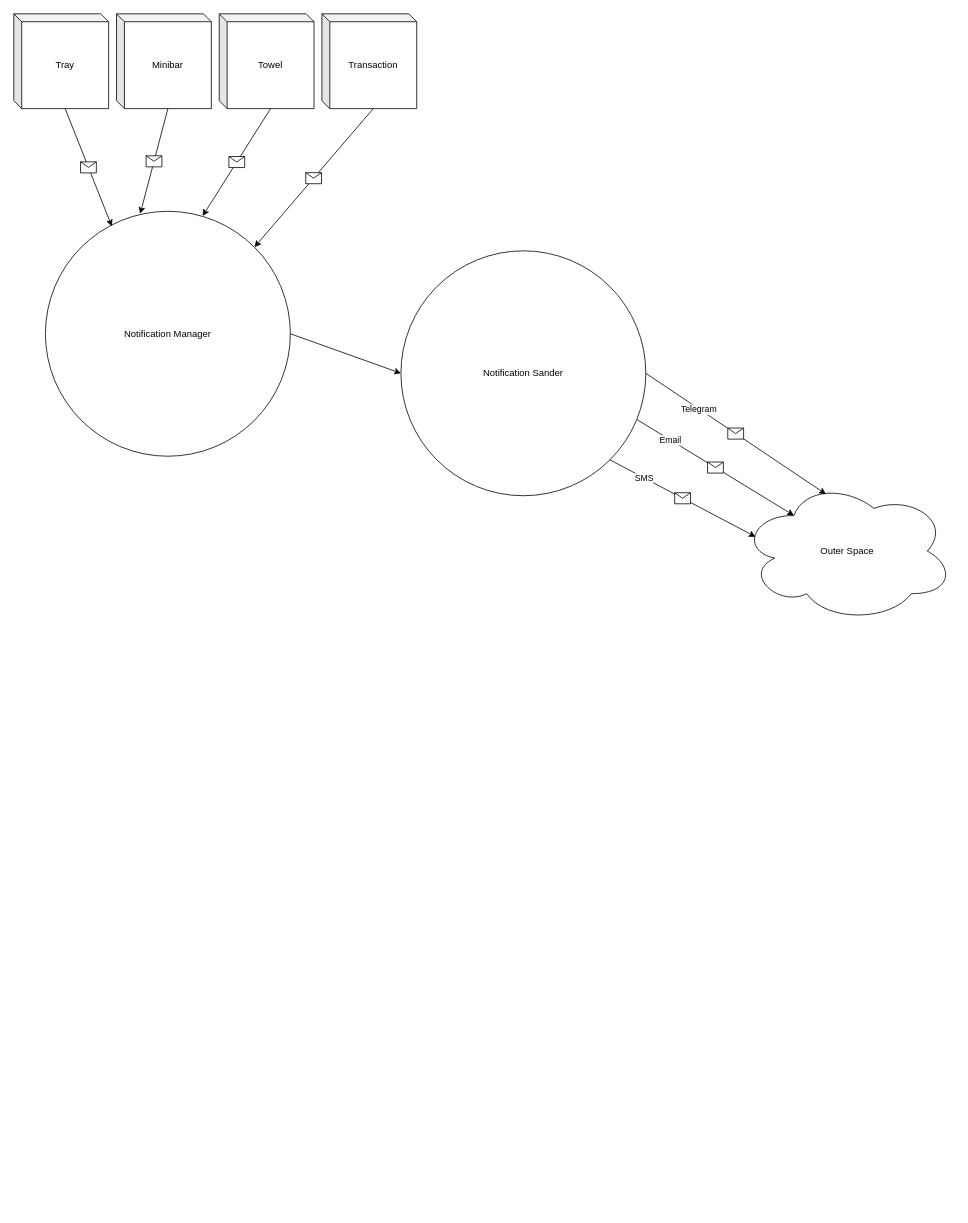
The draw.io diagram page "Notification Flow" (2 of 3) of Untitled Diagram.drawio in akrnv25/hotel-notifications, before the edit. Source tidied: cells renumbered, new cells numbered last; positions are measured from the earlier drawing's top-left corner, leaving out a move shared by most shapes. Both pictures are drawn from the tidied source at 79%, with x=0, y=0 at pixel (13, 13).
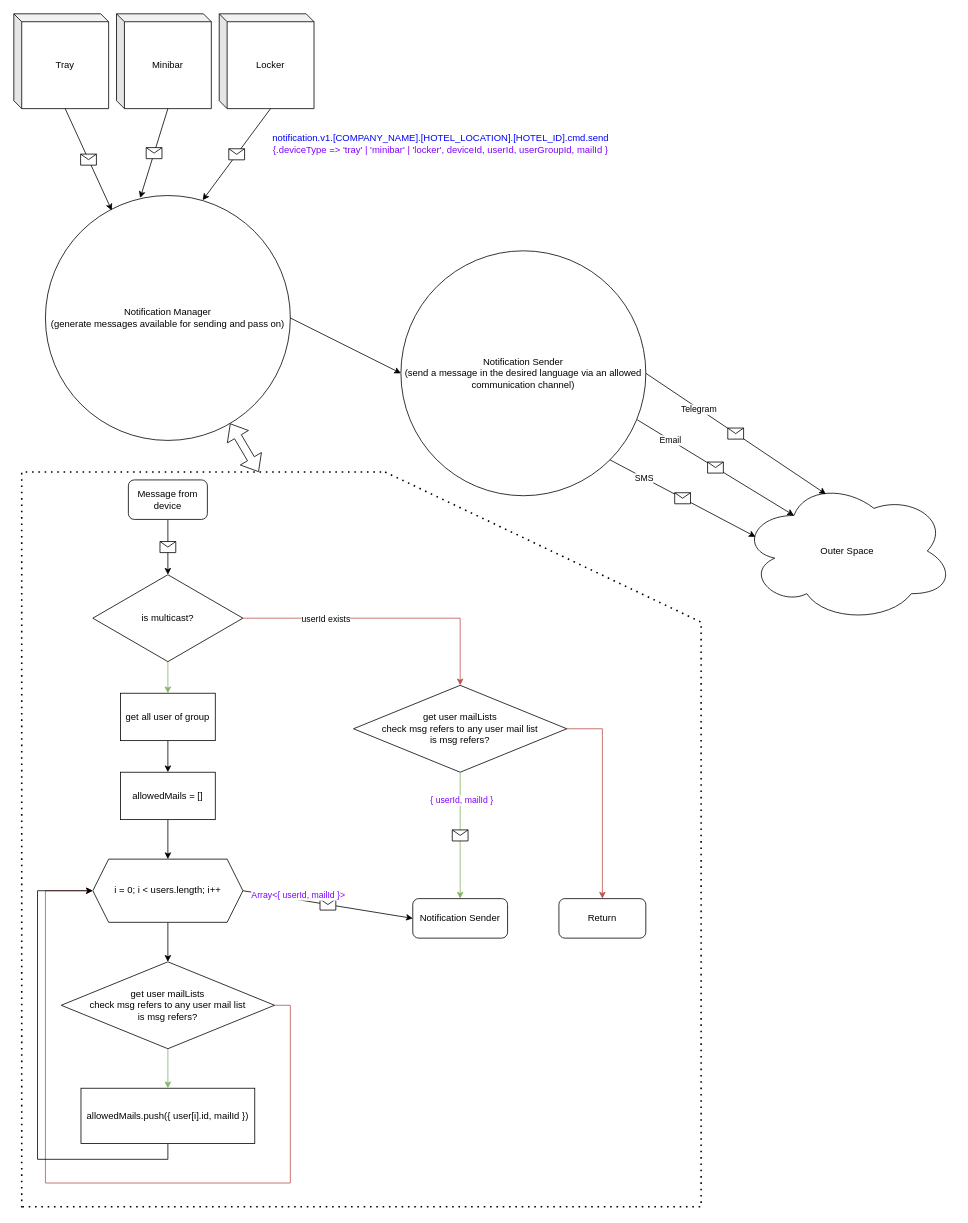
After the change.

Diff of the diagram source:
```diff
@@
-    <mxCell id="2" value="Notification Manager" style="ellipse;whiteSpace=wrap;html=1;" parent="1" vertex="1">
-      <mxGeometry x="40" y="250" width="310" height="310" as="geometry" />
+    <mxCell id="2" value="Notification Manager&lt;br&gt;(generate messages available for sending and pass on)" style="ellipse;whiteSpace=wrap;html=1;" parent="1" vertex="1">
+      <mxGeometry x="40" y="230" width="310" height="310" as="geometry" />
     </mxCell>
-    <mxCell id="3" value="Notification Sander" style="ellipse;whiteSpace=wrap;html=1;" parent="1" vertex="1">
+    <mxCell id="3" value="Notification Sender&lt;br&gt;(send a message in the desired language via an allowed communication channel)" style="ellipse;whiteSpace=wrap;html=1;" parent="1" vertex="1">
       <mxGeometry x="490" y="300" width="310" height="310" as="geometry" />
     </mxCell>
@@
-    <mxCell id="6" value="Transaction" style="shape=cube;whiteSpace=wrap;html=1;boundedLbl=1;backgroundOutline=1;darkOpacity=0.05;darkOpacity2=0.1;size=10;rotation=0;" parent="1" vertex="1">
-      <mxGeometry x="390" width="120" height="120" as="geometry" />
-    </mxCell>
-    <mxCell id="7" value="Towel" style="shape=cube;whiteSpace=wrap;html=1;boundedLbl=1;backgroundOutline=1;darkOpacity=0.05;darkOpacity2=0.1;size=10;rotation=0;" parent="1" vertex="1">
+    <mxCell id="7" value="Locker" style="shape=cube;whiteSpace=wrap;html=1;boundedLbl=1;backgroundOutline=1;darkOpacity=0.05;darkOpacity2=0.1;size=10;rotation=0;" parent="1" vertex="1">
       <mxGeometry x="260" width="120" height="120" as="geometry" />
     </mxCell>
@@
-    <mxCell id="14" style="endArrow=classic;html=1;rounded=0;exitX=0;exitY=0;exitDx=65;exitDy=120;exitPerimeter=0;entryX=1;entryY=0;entryDx=0;entryDy=0;" parent="1" edge="1" source="6" target="2">
-      <mxGeometry relative="1" as="geometry" />
-    </mxCell>
-    <mxCell id="15" style="shape=message;html=1;" parent="14" vertex="1">
-      <mxGeometry width="20" height="14" relative="1" as="geometry">
-        <mxPoint x="-10" y="-7" as="offset" />
-      </mxGeometry>
-    </mxCell>
@@
+    <mxCell id="27" value="notification.v1.[COMPANY_NAME].[HOTEL_LOCATION].[HOTEL_ID].cmd.send&lt;br&gt;&lt;font color=&quot;#7f00ff&quot;&gt;{.deviceType =&amp;gt; 'tray' | 'minibar' | 'locker', deviceId, userId, userGroupId, mailId }&lt;/font&gt;" style="text;html=1;align=center;verticalAlign=middle;strokeColor=none;fillColor=none;fontColor=#0000FF;" parent="1" vertex="1">
+      <mxGeometry x="320" y="150" width="440" height="30" as="geometry" />
+    </mxCell>
+    <mxCell id="28" style="edgeStyle=orthogonalEdgeStyle;rounded=0;jettySize=auto;html=1;exitX=1;exitY=0.5;exitDx=0;exitDy=0;entryX=0.5;entryY=0;entryDx=0;entryDy=0;fontColor=#7F00FF;fillColor=#f8cecc;strokeColor=#b85450;" parent="1" edge="1" source="31" target="33">
+      <mxGeometry relative="1" as="geometry" />
+    </mxCell>
+    <mxCell id="29" value="&lt;font color=&quot;#000000&quot;&gt;userId exists&lt;/font&gt;" style="edgeLabel;html=1;align=center;verticalAlign=middle;fontColor=#7F00FF;" parent="28" vertex="1">
+      <mxGeometry x="-0.42" relative="1" as="geometry" />
+    </mxCell>
+    <mxCell id="30" style="edgeStyle=orthogonalEdgeStyle;rounded=0;jettySize=auto;html=1;exitX=0.5;exitY=1;exitDx=0;exitDy=0;entryX=0.5;entryY=0;entryDx=0;entryDy=0;fontColor=#000000;fillColor=#d5e8d4;strokeColor=#82b366;" parent="1" edge="1" source="31" target="43">
+      <mxGeometry relative="1" as="geometry" />
+    </mxCell>
+    <mxCell id="31" value="&lt;font color=&quot;#000000&quot;&gt;is multicast?&lt;/font&gt;" style="rhombus;whiteSpace=wrap;html=1;fontColor=#7F00FF;" parent="1" vertex="1">
+      <mxGeometry x="100" y="710" width="190" height="110" as="geometry" />
+    </mxCell>
+    <mxCell id="32" style="edgeStyle=orthogonalEdgeStyle;rounded=0;jettySize=auto;html=1;exitX=1;exitY=0.5;exitDx=0;exitDy=0;entryX=0.5;entryY=0;entryDx=0;entryDy=0;fontColor=#000000;fillColor=#f8cecc;strokeColor=#b85450;" parent="1" edge="1" source="33" target="37">
+      <mxGeometry relative="1" as="geometry" />
+    </mxCell>
+    <mxCell id="33" value="&lt;font color=&quot;#000000&quot;&gt;get user mailLists&lt;br&gt;check msg refers to any user mail list&lt;br&gt;is msg refers?&lt;/font&gt;" style="rhombus;whiteSpace=wrap;html=1;fontColor=#7F00FF;" parent="1" vertex="1">
+      <mxGeometry x="430" y="850" width="270" height="110" as="geometry" />
+    </mxCell>
+    <mxCell id="34" style="endArrow=classic;html=1;rounded=0;fontColor=#7F00FF;entryX=0.5;entryY=0;entryDx=0;entryDy=0;" parent="1" edge="1" target="31">
+      <mxGeometry relative="1" as="geometry">
+        <mxPoint x="195" y="640" as="sourcePoint" />
+      </mxGeometry>
+    </mxCell>
+    <mxCell id="35" style="shape=message;html=1;fontColor=#7F00FF;" parent="34" vertex="1">
+      <mxGeometry width="20" height="14" relative="1" as="geometry">
+        <mxPoint x="-10" y="-7" as="offset" />
+      </mxGeometry>
+    </mxCell>
+    <mxCell id="36" value="Message from device" style="rounded=1;whiteSpace=wrap;html=1;fontColor=#000000;" parent="1" vertex="1">
+      <mxGeometry x="145" y="590" width="100" height="50" as="geometry" />
+    </mxCell>
+    <mxCell id="37" value="Return" style="rounded=1;whiteSpace=wrap;html=1;fontColor=#000000;" parent="1" vertex="1">
+      <mxGeometry x="690" y="1120" width="110" height="50" as="geometry" />
+    </mxCell>
+    <mxCell id="38" value="Notification Sender" style="rounded=1;whiteSpace=wrap;html=1;fontColor=#000000;" parent="1" vertex="1">
+      <mxGeometry x="505" y="1120" width="120" height="50" as="geometry" />
+    </mxCell>
+    <mxCell id="39" style="endArrow=classic;html=1;rounded=0;fontColor=#000000;exitX=0.5;exitY=1;exitDx=0;exitDy=0;entryX=0.5;entryY=0;entryDx=0;entryDy=0;fillColor=#d5e8d4;strokeColor=#82b366;" parent="1" edge="1" source="33" target="38">
+      <mxGeometry relative="1" as="geometry" />
+    </mxCell>
+    <mxCell id="40" style="shape=message;html=1;fontColor=#000000;" parent="39" vertex="1">
+      <mxGeometry width="20" height="14" relative="1" as="geometry">
+        <mxPoint x="-10" y="-7" as="offset" />
+      </mxGeometry>
+    </mxCell>
+    <mxCell id="41" value="{ userId, mailId }" style="edgeLabel;html=1;align=center;verticalAlign=middle;fontColor=#7F00FF;" parent="39" vertex="1">
+      <mxGeometry x="-0.56" y="1" relative="1" as="geometry" />
+    </mxCell>
+    <mxCell id="42" style="edgeStyle=orthogonalEdgeStyle;rounded=0;jettySize=auto;html=1;exitX=0.5;exitY=1;exitDx=0;exitDy=0;entryX=0.5;entryY=0;entryDx=0;entryDy=0;fontColor=#000000;" parent="1" edge="1" source="43" target="47">
+      <mxGeometry relative="1" as="geometry" />
+    </mxCell>
+    <mxCell id="43" value="get all user of group" style="rounded=0;whiteSpace=wrap;html=1;fontColor=#000000;" parent="1" vertex="1">
+      <mxGeometry x="135" y="860" width="120" height="60" as="geometry" />
+    </mxCell>
+    <mxCell id="44" style="edgeStyle=orthogonalEdgeStyle;rounded=0;jettySize=auto;html=1;exitX=0.5;exitY=1;exitDx=0;exitDy=0;fontColor=#000000;entryX=0.5;entryY=0;entryDx=0;entryDy=0;" parent="1" edge="1" source="45" target="50">
+      <mxGeometry relative="1" as="geometry" />
+    </mxCell>
+    <mxCell id="45" value="i = 0; i &amp;lt; users.length; i++" style="shape=hexagon;perimeter=hexagonPerimeter2;whiteSpace=wrap;html=1;fixedSize=1;fontColor=#000000;" parent="1" vertex="1">
+      <mxGeometry x="100" y="1070" width="190" height="80" as="geometry" />
+    </mxCell>
+    <mxCell id="46" style="edgeStyle=orthogonalEdgeStyle;rounded=0;jettySize=auto;html=1;exitX=0.5;exitY=1;exitDx=0;exitDy=0;entryX=0.5;entryY=0;entryDx=0;entryDy=0;fontColor=#000000;" parent="1" edge="1" source="47" target="45">
+      <mxGeometry relative="1" as="geometry" />
+    </mxCell>
+    <mxCell id="47" value="allowedMails = []" style="rounded=0;whiteSpace=wrap;html=1;fontColor=#000000;" parent="1" vertex="1">
+      <mxGeometry x="135" y="960" width="120" height="60" as="geometry" />
+    </mxCell>
+    <mxCell id="48" style="edgeStyle=orthogonalEdgeStyle;rounded=0;jettySize=auto;html=1;exitX=0.5;exitY=1;exitDx=0;exitDy=0;entryX=0.5;entryY=0;entryDx=0;entryDy=0;fontColor=#000000;fillColor=#d5e8d4;strokeColor=#82b366;" parent="1" edge="1" source="50" target="52">
+      <mxGeometry relative="1" as="geometry" />
+    </mxCell>
+    <mxCell id="49" style="edgeStyle=orthogonalEdgeStyle;rounded=0;jettySize=auto;html=1;exitX=1;exitY=0.5;exitDx=0;exitDy=0;entryX=0;entryY=0.5;entryDx=0;entryDy=0;fontColor=#000000;fillColor=#f8cecc;strokeColor=#b85450;" parent="1" edge="1" source="50" target="45">
+      <mxGeometry relative="1" as="geometry">
+        <Array as="points">
+          <mxPoint x="350" y="1255" />
+          <mxPoint x="350" y="1480" />
+          <mxPoint x="40" y="1480" />
+          <mxPoint x="40" y="1110" />
+        </Array>
+      </mxGeometry>
+    </mxCell>
+    <mxCell id="50" value="&lt;font color=&quot;#000000&quot;&gt;get user mailLists&lt;br&gt;check msg refers to any user mail list&lt;br&gt;is msg refers?&lt;/font&gt;" style="rhombus;whiteSpace=wrap;html=1;fontColor=#7F00FF;" parent="1" vertex="1">
+      <mxGeometry x="60" y="1200" width="270" height="110" as="geometry" />
+    </mxCell>
+    <mxCell id="51" style="edgeStyle=orthogonalEdgeStyle;rounded=0;jettySize=auto;html=1;exitX=0.5;exitY=1;exitDx=0;exitDy=0;entryX=0;entryY=0.5;entryDx=0;entryDy=0;fontColor=#000000;" parent="1" edge="1" source="52" target="45">
+      <mxGeometry relative="1" as="geometry">
+        <Array as="points">
+          <mxPoint x="195" y="1450" />
+          <mxPoint x="30" y="1450" />
+          <mxPoint x="30" y="1110" />
+        </Array>
+      </mxGeometry>
+    </mxCell>
+    <mxCell id="52" value="allowedMails.push({ user[i].id, mailId })" style="rounded=0;whiteSpace=wrap;html=1;fontColor=#000000;" parent="1" vertex="1">
+      <mxGeometry x="85" y="1360" width="220" height="70" as="geometry" />
+    </mxCell>
+    <mxCell id="53" style="endArrow=classic;html=1;rounded=0;fontColor=#000000;exitX=1;exitY=0.5;exitDx=0;exitDy=0;entryX=0;entryY=0.5;entryDx=0;entryDy=0;" parent="1" edge="1" source="45" target="38">
+      <mxGeometry relative="1" as="geometry" />
+    </mxCell>
+    <mxCell id="54" style="shape=message;html=1;fontColor=#000000;" parent="53" vertex="1">
+      <mxGeometry width="20" height="14" relative="1" as="geometry">
+        <mxPoint x="-10" y="-7" as="offset" />
+      </mxGeometry>
+    </mxCell>
+    <mxCell id="55" value="&lt;span style=&quot;color: rgb(127 , 0 , 255)&quot;&gt;Array&amp;lt;{ userId, mailId }&amp;gt;&lt;/span&gt;" style="edgeLabel;html=1;align=center;verticalAlign=middle;fontColor=#000000;" parent="53" vertex="1">
+      <mxGeometry x="-0.55" y="2" relative="1" as="geometry">
+        <mxPoint x="21" as="offset" />
+      </mxGeometry>
+    </mxCell>
+    <mxCell id="56" style="endArrow=none;dashed=1;html=1;dashPattern=1 3;strokeWidth=2;rounded=0;fontColor=#000000;" parent="1" edge="1">
+      <mxGeometry relative="1" as="geometry">
+        <mxPoint x="10" y="1511" as="sourcePoint" />
+        <mxPoint x="470" y="580" as="targetPoint" />
+        <Array as="points">
+          <mxPoint x="10" y="580" />
+        </Array>
+      </mxGeometry>
+    </mxCell>
+    <mxCell id="57" style="endArrow=none;dashed=1;html=1;dashPattern=1 3;strokeWidth=2;rounded=0;fontColor=#000000;" parent="1" edge="1">
+      <mxGeometry relative="1" as="geometry">
+        <mxPoint x="470" y="580" as="sourcePoint" />
+        <mxPoint x="10" y="1510" as="targetPoint" />
+        <Array as="points">
+          <mxPoint x="870" y="770" />
+          <mxPoint x="870" y="1510" />
+          <mxPoint x="590" y="1510" />
+        </Array>
+      </mxGeometry>
+    </mxCell>
+    <mxCell id="58" style="shape=flexArrow;endArrow=classic;startArrow=classic;html=1;rounded=0;fontColor=#000000;" parent="1" edge="1" target="2">
+      <mxGeometry relative="1" as="geometry">
+        <mxPoint x="310" y="580" as="sourcePoint" />
+      </mxGeometry>
+    </mxCell>
```
